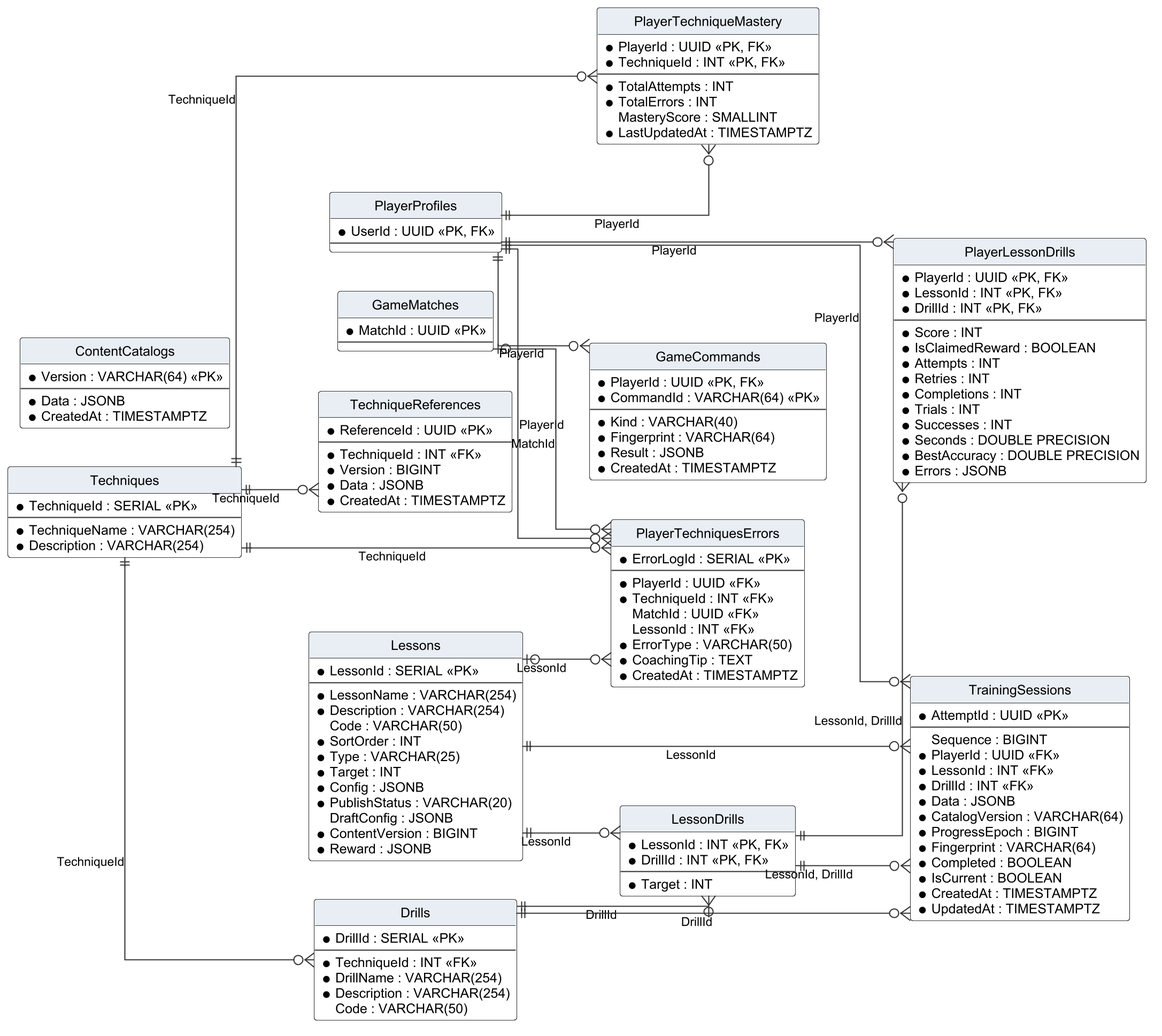
Earlier version of the PlantUML export Doc/Project_report/Report/diagrams/png/r4_erd_training.png (Tad-Min/PickleVerse).
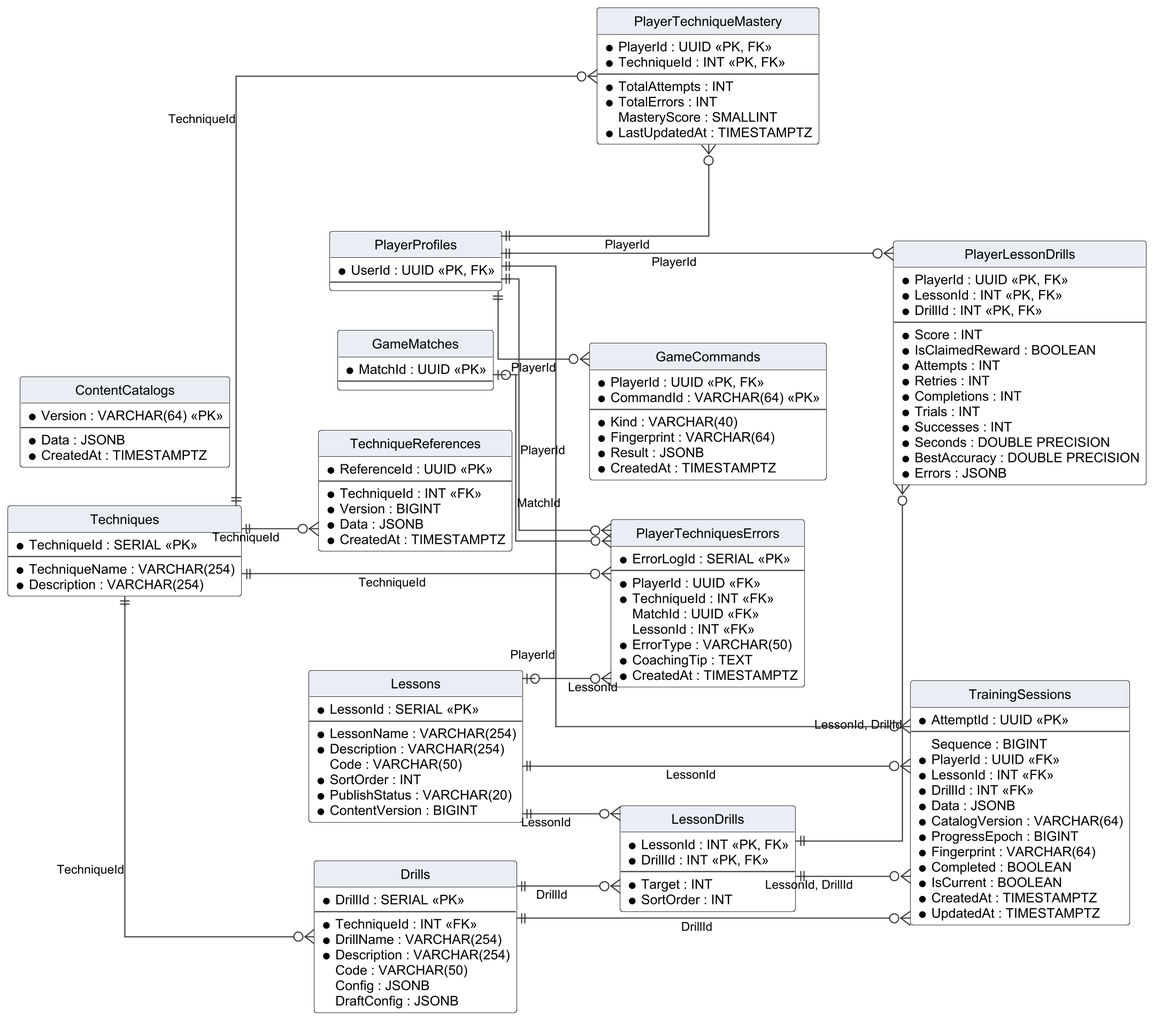
Above is the later version.

The edit, as a diff of the source:
```diff
@@ -25,13 +25,8 @@
   * Description : VARCHAR(254)
   Code : VARCHAR(50)
   * SortOrder : INT
-  * Type : VARCHAR(25)
-  * Target : INT
-  * Config : JSONB
   * PublishStatus : VARCHAR(20)
-  DraftConfig : JSONB
   * ContentVersion : BIGINT
-  * Reward : JSONB
 }
 entity "Drills" as Drills {
   * DrillId : SERIAL <<PK>>
@@ -40,12 +35,15 @@
   * DrillName : VARCHAR(254)
   * Description : VARCHAR(254)
   Code : VARCHAR(50)
+  Config : JSONB
+  DraftConfig : JSONB
 }
 entity "LessonDrills" as LessonDrills {
   * LessonId : INT <<PK, FK>>
   * DrillId : INT <<PK, FK>>
   --
   * Target : INT
+  * SortOrder : INT
 }
 entity "ContentCatalogs" as ContentCatalogs {
   * Version : VARCHAR(64) <<PK>>
```
